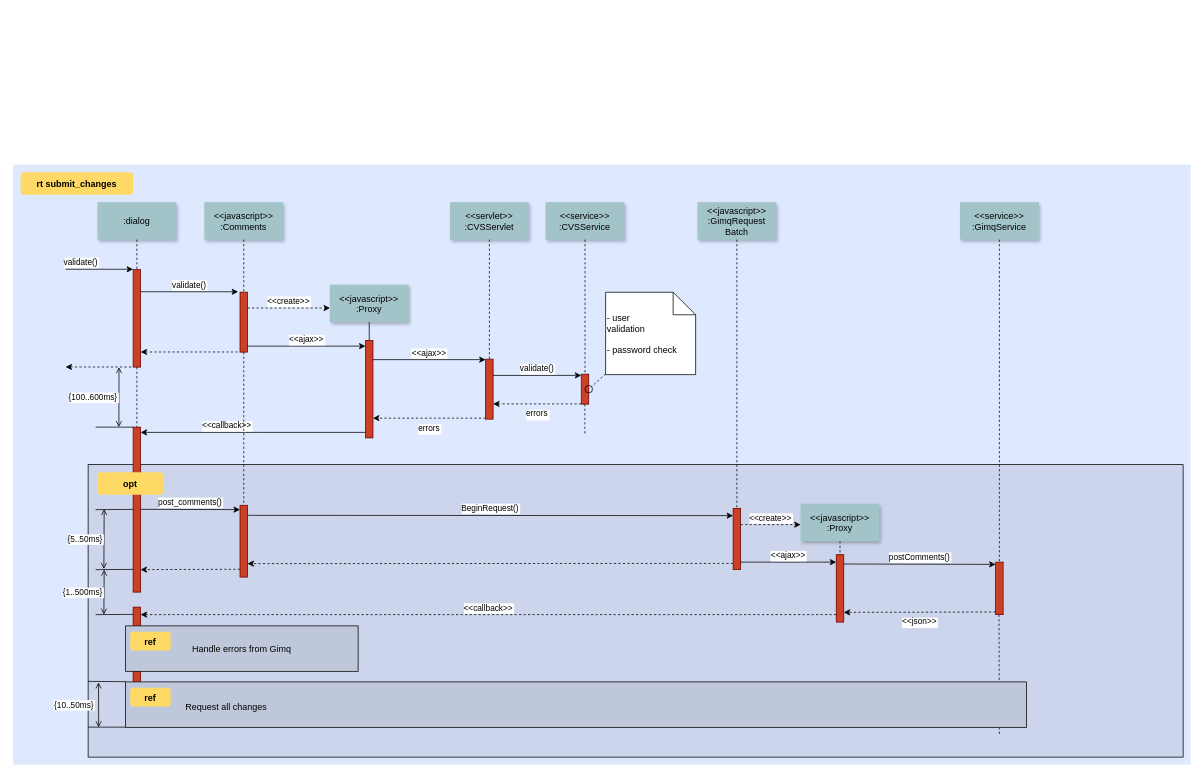
This is Bill☠️Diagram.drawio from ArtemisStefanidou/distributedSystems, a draw.io file, before an edit. Source tidied: cells renumbered, new cells numbered last; positions are measured from the earlier drawing's top-left corner, leaving out a move shared by most shapes. Both pictures are drawn from the tidied source at 75%, with x=0, y=0 at pixel (13, 164).
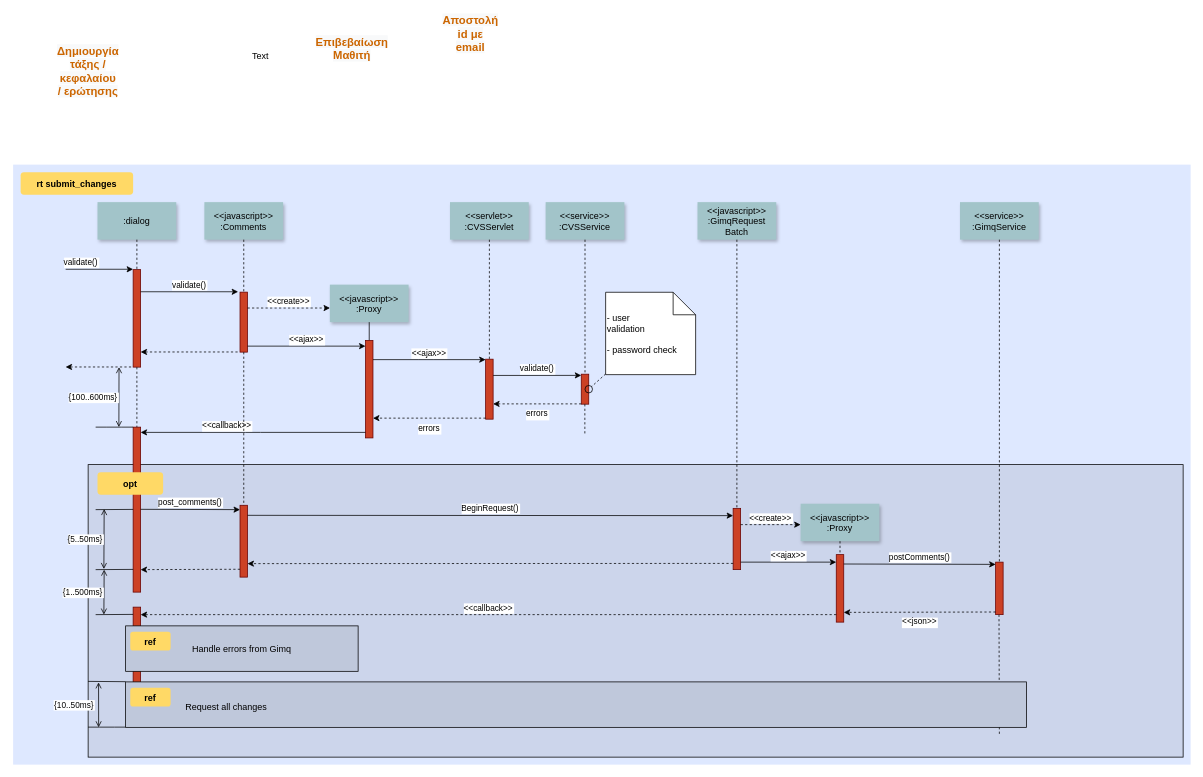
The same page after the edit.

What changed in the source:
```diff
@@
+    <mxCell id="75" value="&lt;b style=&quot;color: rgb(204 , 102 , 0) ; font-size: 15px ; background-color: rgb(248 , 249 , 250)&quot;&gt;Δημιουργία&lt;br&gt;τάξης / κεφαλαίου / ερώτησης&lt;/b&gt;" style="text;html=1;strokeColor=none;fillColor=none;align=center;verticalAlign=middle;whiteSpace=wrap;rounded=0;" parent="1" vertex="1">
+      <mxGeometry x="70" y="-140" width="60" height="30" as="geometry" />
+    </mxCell>
+    <mxCell id="76" value="&lt;b style=&quot;color: rgb(204 , 102 , 0) ; font-size: 15px ; background-color: rgb(248 , 249 , 250)&quot;&gt;Αποστολή id με email&lt;/b&gt;" style="text;html=1;strokeColor=none;fillColor=none;align=center;verticalAlign=middle;whiteSpace=wrap;rounded=0;" parent="1" vertex="1">
+      <mxGeometry x="579.9" y="-190" width="60" height="30" as="geometry" />
+    </mxCell>
+    <mxCell id="77" value="&lt;b style=&quot;color: rgb(204 , 102 , 0) ; font-size: 15px ; background-color: rgb(248 , 249 , 250)&quot;&gt;Επιβεβαίωση Μαθιτή&lt;/b&gt;" style="text;html=1;strokeColor=none;fillColor=none;align=center;verticalAlign=middle;whiteSpace=wrap;rounded=0;" parent="1" vertex="1">
+      <mxGeometry x="422.3" y="-170" width="60" height="30" as="geometry" />
+    </mxCell>
+    <mxCell id="78" value="Text" style="text;html=1;strokeColor=none;fillColor=none;align=center;verticalAlign=middle;whiteSpace=wrap;rounded=0;" parent="1" vertex="1">
+      <mxGeometry x="300" y="-160" width="60" height="30" as="geometry" />
+    </mxCell>
```
